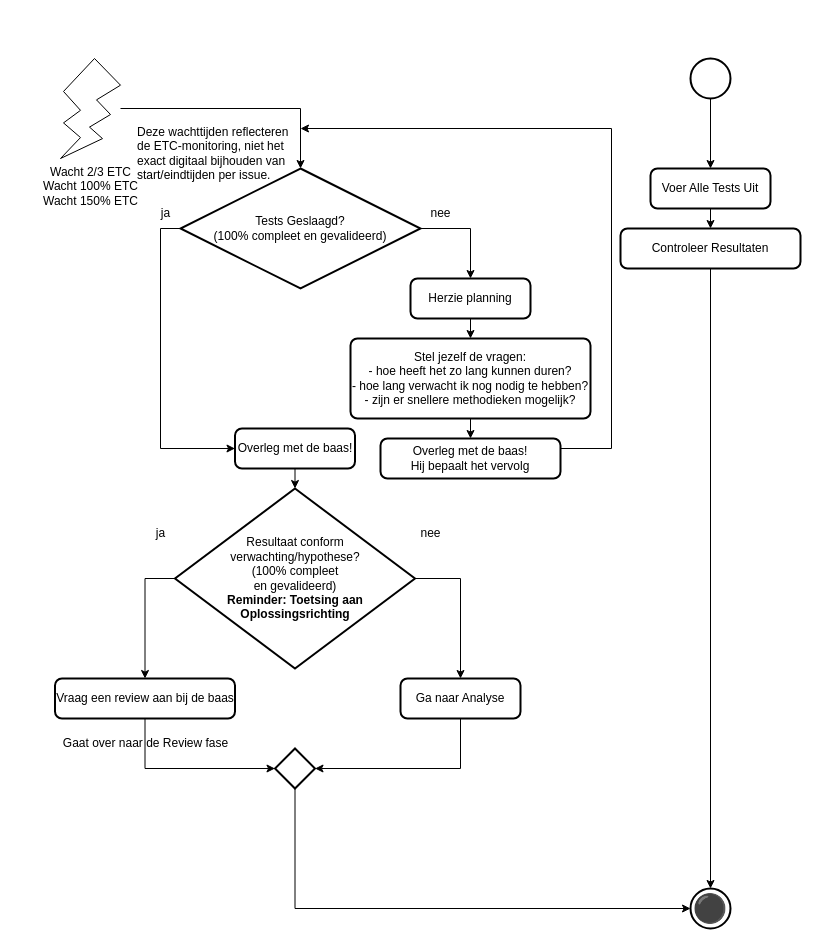
Earlier version of the draw.io diagram 5 Issue Tracker test.drawio (Zaibatsu89/IssueTracker). Source tidied: cells renumbered, new cells numbered last; positions are measured from the earlier drawing's top-left corner, leaving out a move shared by most shapes. Both pictures are drawn from the tidied source at 100%, with x=0, y=0 at pixel (54, 58).
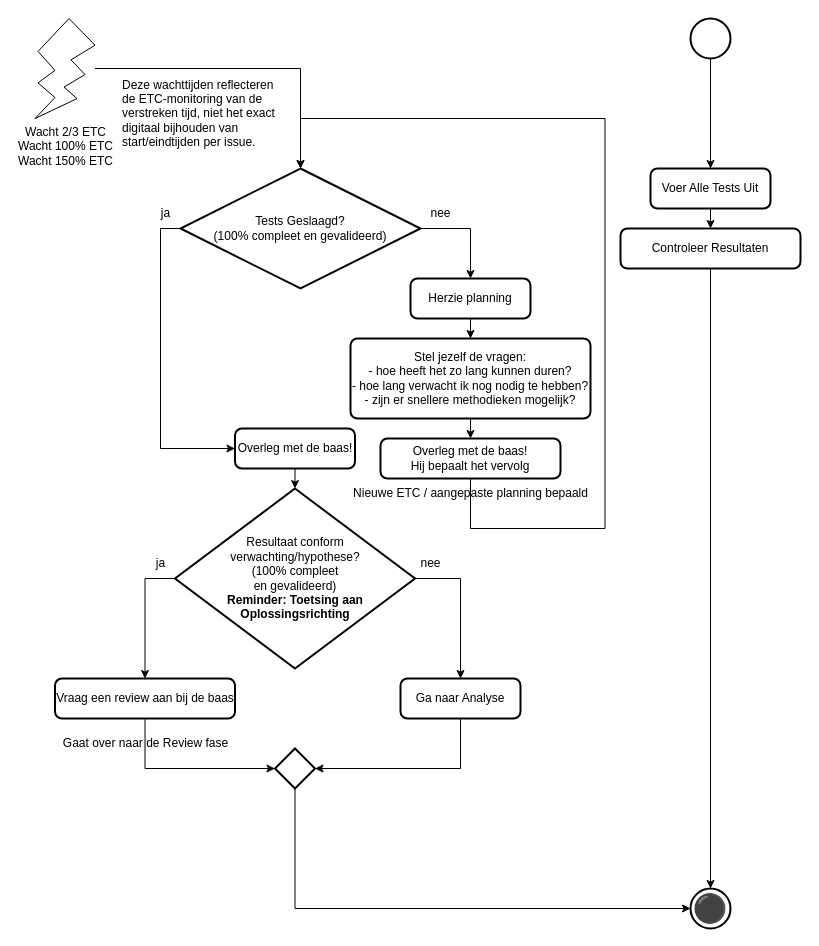
The same page after the edit.

Commit message (it also covers changes not shown here):
nieuwe ETC na tijdtrigger verwerken in originele ETC - verstreken tijd in flowcharts

Unchanged cells that the change refers to:
```xml
<mxCell id="8" value="Tests Geslaagd?&lt;br&gt;(100% compleet en gevalideerd)" style="strokeWidth=2;html=1;shape=mxgraph.flowchart.decision;whiteSpace=wrap;" parent="1" vertex="1">
  <mxGeometry x="126" y="110" width="240" height="120" as="geometry" />
</mxCell>
<mxCell id="26" value="Overleg met de baas!&lt;br&gt;Hij bepaalt het vervolg" style="rounded=1;whiteSpace=wrap;html=1;absoluteArcSize=1;arcSize=14;strokeWidth=2;" parent="1" vertex="1">
  <mxGeometry x="326" y="380" width="180" height="40" as="geometry" />
</mxCell>
```

The edit, as a diff of the source:
```diff
@@
     <mxCell id="2" style="strokeWidth=2;html=1;shape=mxgraph.flowchart.start_2;whiteSpace=wrap;" parent="1" vertex="1">
-      <mxGeometry x="636" width="40" height="40" as="geometry" />
+      <mxGeometry x="636" y="-40" width="40" height="40" as="geometry" />
     </mxCell>
@@
     <mxCell id="17" value="ja" style="text;html=1;align=center;verticalAlign=middle;strokeColor=none;fillColor=none;" parent="1" vertex="1">
-      <mxGeometry x="90.5" y="460" width="30" height="30" as="geometry" />
+      <mxGeometry x="90.5" y="490" width="30" height="30" as="geometry" />
     </mxCell>
     <mxCell id="18" value="nee" style="text;html=1;align=center;verticalAlign=middle;strokeColor=none;fillColor=none;" parent="1" vertex="1">
-      <mxGeometry x="356" y="460" width="40" height="30" as="geometry" />
+      <mxGeometry x="356" y="490" width="40" height="30" as="geometry" />
     </mxCell>
@@
-    <mxCell id="25" style="edgeStyle=orthogonalEdgeStyle;rounded=0;jettySize=auto;html=1;exitX=0.5;exitY=1;exitDx=0;exitDy=0;" parent="1" edge="1" source="26">
-      <mxGeometry relative="1" as="geometry">
-        <mxPoint x="246" y="70" as="targetPoint" />
-        <Array as="points">
-          <mxPoint x="416" y="390" />
-          <mxPoint x="557" y="390" />
-        </Array>
-      </mxGeometry>
-    </mxCell>
@@
     <mxCell id="32" value="Wacht 2/3 ETC&lt;br&gt;Wacht 100% ETC&lt;br&gt;Wacht 150% ETC" style="verticalLabelPosition=bottom;verticalAlign=top;html=1;shape=mxgraph.basic.flash;" parent="1" vertex="1">
-      <mxGeometry x="6" width="60" height="100" as="geometry" />
+      <mxGeometry x="-19.5" y="-40" width="60" height="100" as="geometry" />
     </mxCell>
@@
-    <mxCell id="34" value="Deze wachttijden reflecteren&lt;br&gt;de ETC-monitoring, niet het&lt;br&gt;exact digitaal bijhouden van&lt;br&gt;start/eindtijden per issue." style="text;html=1;align=left;verticalAlign=middle;strokeColor=none;fillColor=none;" parent="1" vertex="1">
-      <mxGeometry x="81" y="70" width="300" height="50" as="geometry" />
+    <mxCell id="34" value="Deze wachttijden reflecteren&lt;br&gt;de ETC-monitoring van de&lt;br&gt;verstreken tijd, niet het exact&lt;br&gt;digitaal bijhouden van&lt;br&gt;start/eindtijden per issue." style="text;html=1;align=left;verticalAlign=middle;strokeColor=none;fillColor=none;" parent="1" vertex="1">
+      <mxGeometry x="66" y="30" width="300" height="50" as="geometry" />
     </mxCell>
@@
+    <mxCell id="37" value="Nieuwe ETC / aangepaste planning bepaald" style="text;html=1;align=center;verticalAlign=middle;strokeColor=none;fillColor=none;" parent="1" vertex="1">
+      <mxGeometry x="281" y="420" width="270" height="30" as="geometry" />
+    </mxCell>
+    <mxCell id="38" style="edgeStyle=orthogonalEdgeStyle;rounded=0;jettySize=auto;html=1;exitX=0.5;exitY=1;exitDx=0;exitDy=0;entryX=0.5;entryY=0;entryDx=0;entryDy=0;entryPerimeter=0;" parent="1" edge="1" source="26" target="8">
+      <mxGeometry relative="1" as="geometry">
+        <Array as="points">
+          <mxPoint x="416.5" y="470" />
+          <mxPoint x="550.5" y="470" />
+          <mxPoint x="550.5" y="60" />
+        </Array>
+      </mxGeometry>
+    </mxCell>
```
